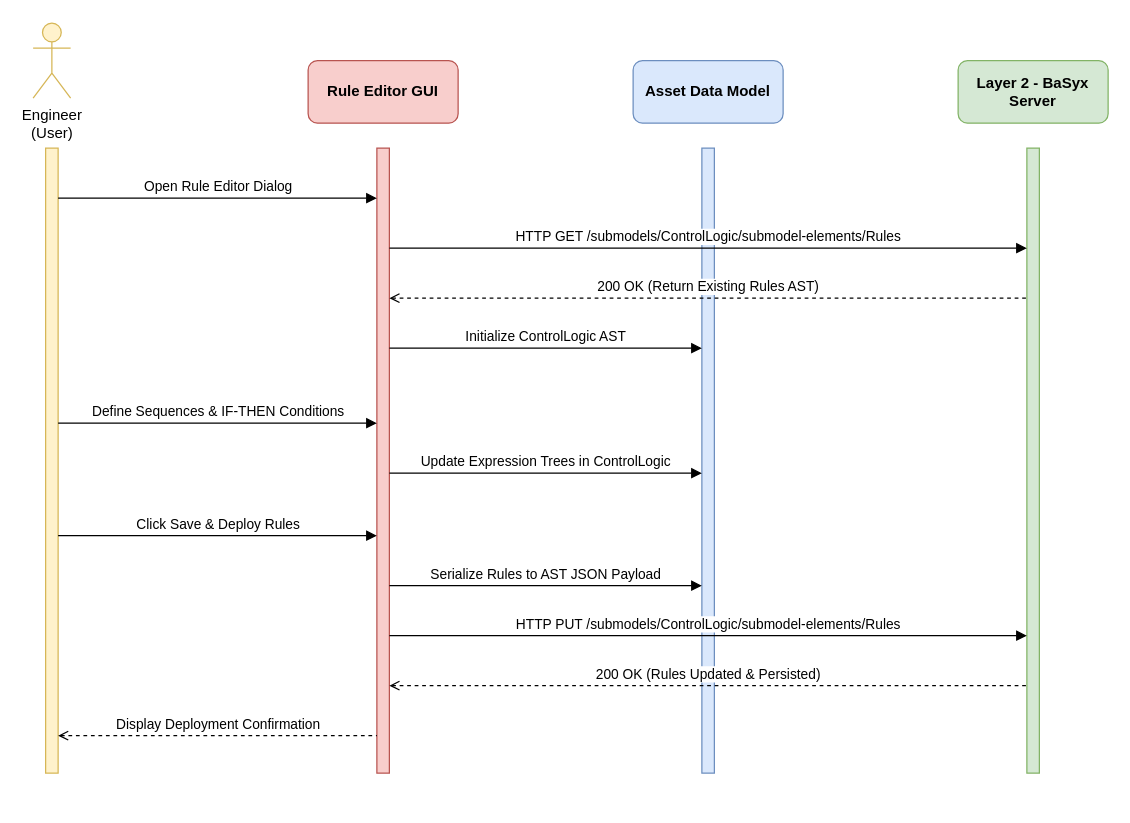
TSGouveia/Tese keeps this draw.io diagram as Documentos/drawio/sequence_rules.drawio. Above is the earlier version. Source tidied: cells renumbered, new cells numbered last; positions are measured from the earlier drawing's top-left corner, leaving out a move shared by most shapes. Both pictures are drawn from the tidied source at 125%, with x=0, y=0 at pixel (32, 22).
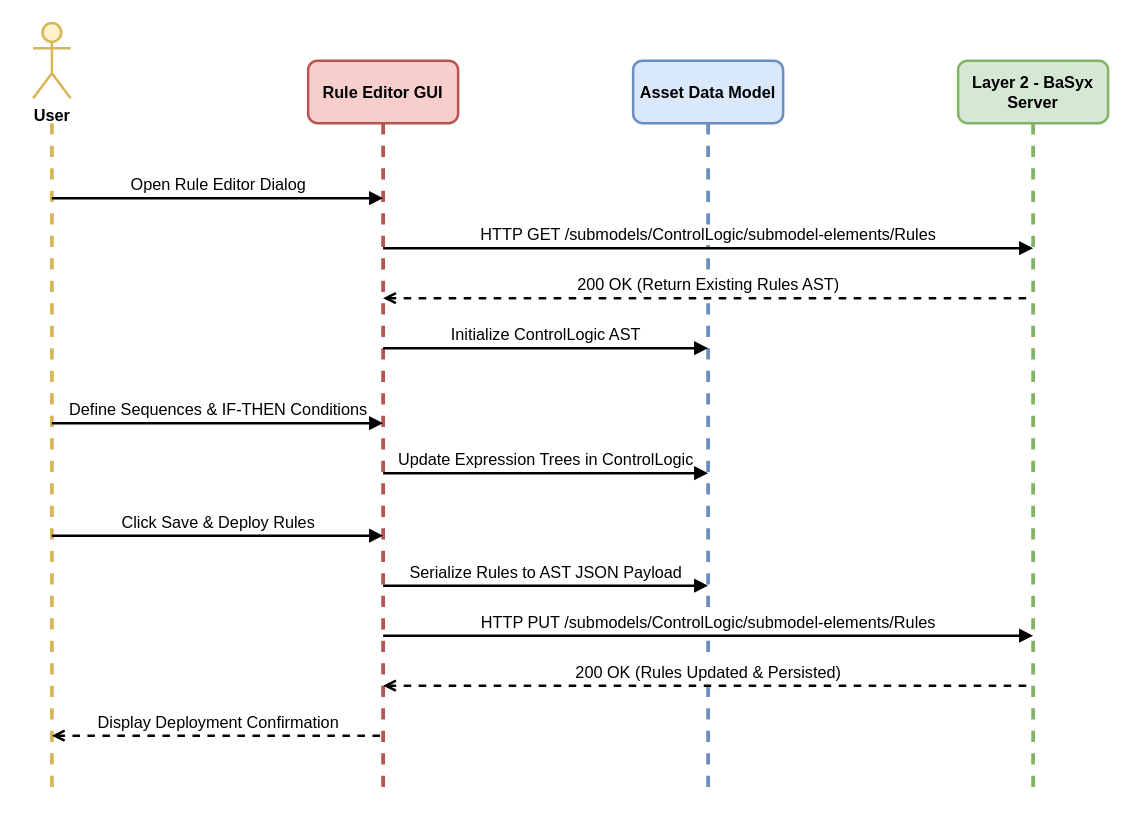
Above is the later version.

Diff of the diagram source:
```diff
@@
-    <mxCell id="2" value="Engineer&#10;(User)" style="shape=umlActor;verticalLabelPosition=bottom;verticalAlign=top;html=1;fillColor=#fff2cc;strokeColor=#d6b656;" parent="1" vertex="1">
+    <mxCell id="2" value="User" style="shape=umlActor;verticalLabelPosition=bottom;verticalAlign=top;html=1;fillColor=#fff2cc;strokeColor=#d6b656;strokeWidth=2;fontSize=13;fontStyle=1;" parent="1" vertex="1">
       <mxGeometry width="30" height="60" as="geometry" />
     </mxCell>
-    <mxCell id="3" style="html=1;perimeter=orthogonalPerimeter;targetShapes=umlLifeline;strokeColor=#d6b656;fillColor=#fff2cc;" parent="1" vertex="1">
-      <mxGeometry x="10" y="100" width="10" height="500" as="geometry" />
+    <mxCell id="3" style="endArrow=none;dashed=1;strokeColor=#d6b656;strokeWidth=3;fontSize=13;" parent="1" edge="1">
+      <mxGeometry relative="1" as="geometry">
+        <mxPoint x="15" y="80" as="sourcePoint" />
+        <mxPoint x="15" y="620" as="targetPoint" />
+      </mxGeometry>
     </mxCell>
-    <mxCell id="4" value="Rule Editor GUI" style="rounded=1;whiteSpace=wrap;html=1;fillColor=#f8cecc;strokeColor=#b85450;fontStyle=1;" parent="1" vertex="1">
+    <mxCell id="4" value="Rule Editor GUI" style="rounded=1;whiteSpace=wrap;html=1;fillColor=#f8cecc;strokeColor=#b85450;fontStyle=1;strokeWidth=2;fontSize=13;" parent="1" vertex="1">
       <mxGeometry x="220" y="30" width="120" height="50" as="geometry" />
     </mxCell>
-    <mxCell id="5" style="html=1;perimeter=orthogonalPerimeter;targetShapes=umlLifeline;strokeColor=#b85450;fillColor=#f8cecc;" parent="1" vertex="1">
-      <mxGeometry x="275" y="100" width="10" height="500" as="geometry" />
+    <mxCell id="5" style="endArrow=none;dashed=1;strokeColor=#b85450;strokeWidth=3;fontSize=13;" parent="1" edge="1">
+      <mxGeometry relative="1" as="geometry">
+        <mxPoint x="280" y="80" as="sourcePoint" />
+        <mxPoint x="280" y="620" as="targetPoint" />
+      </mxGeometry>
     </mxCell>
-    <mxCell id="6" value="Asset Data Model" style="rounded=1;whiteSpace=wrap;html=1;fillColor=#dae8fc;strokeColor=#6c8ebf;fontStyle=1;" parent="1" vertex="1">
+    <mxCell id="6" value="Asset Data Model" style="rounded=1;whiteSpace=wrap;html=1;fillColor=#dae8fc;strokeColor=#6c8ebf;fontStyle=1;strokeWidth=2;fontSize=13;" parent="1" vertex="1">
       <mxGeometry x="480" y="30" width="120" height="50" as="geometry" />
     </mxCell>
-    <mxCell id="7" style="html=1;perimeter=orthogonalPerimeter;targetShapes=umlLifeline;strokeColor=#6c8ebf;fillColor=#dae8fc;" parent="1" vertex="1">
-      <mxGeometry x="535" y="100" width="10" height="500" as="geometry" />
+    <mxCell id="7" style="endArrow=none;dashed=1;strokeColor=#6c8ebf;strokeWidth=3;fontSize=13;" parent="1" edge="1">
+      <mxGeometry relative="1" as="geometry">
+        <mxPoint x="540" y="80" as="sourcePoint" />
+        <mxPoint x="540" y="620" as="targetPoint" />
+      </mxGeometry>
     </mxCell>
-    <mxCell id="8" value="Layer 2 - BaSyx&#10;Server" style="rounded=1;whiteSpace=wrap;html=1;fillColor=#d5e8d4;strokeColor=#82b366;fontStyle=1;" parent="1" vertex="1">
+    <mxCell id="8" value="Layer 2 - BaSyx&#10;Server" style="rounded=1;whiteSpace=wrap;html=1;fillColor=#d5e8d4;strokeColor=#82b366;fontStyle=1;strokeWidth=2;fontSize=13;" parent="1" vertex="1">
       <mxGeometry x="740" y="30" width="120" height="50" as="geometry" />
     </mxCell>
-    <mxCell id="9" style="html=1;perimeter=orthogonalPerimeter;targetShapes=umlLifeline;strokeColor=#82b366;fillColor=#d5e8d4;" parent="1" vertex="1">
-      <mxGeometry x="795" y="100" width="10" height="500" as="geometry" />
+    <mxCell id="9" style="endArrow=none;dashed=1;strokeColor=#82b366;strokeWidth=3;fontSize=13;" parent="1" edge="1">
+      <mxGeometry relative="1" as="geometry">
+        <mxPoint x="800" y="80" as="sourcePoint" />
+        <mxPoint x="800" y="620" as="targetPoint" />
+      </mxGeometry>
     </mxCell>
-    <mxCell id="10" value="Open Rule Editor Dialog" style="html=1;verticalAlign=bottom;endArrow=block;edgeStyle=elbowEdgeStyle;elbow=vertical;rounded=0;" parent="1" edge="1">
+    <mxCell id="10" value="Open Rule Editor Dialog" style="html=1;verticalAlign=bottom;endArrow=block;edgeStyle=elbowEdgeStyle;elbow=vertical;rounded=0;strokeWidth=2;fontSize=13;" parent="1" edge="1">
       <mxGeometry relative="1" as="geometry">
-        <mxPoint x="20" y="140" as="sourcePoint" />
-        <mxPoint x="275" y="140" as="targetPoint" />
+        <mxPoint x="15" y="140" as="sourcePoint" />
+        <mxPoint x="280" y="140" as="targetPoint" />
         <Array as="points">
           <mxPoint x="140" y="140" />
         </Array>
       </mxGeometry>
     </mxCell>
-    <mxCell id="11" value="HTTP GET /submodels/ControlLogic/submodel-elements/Rules" style="html=1;verticalAlign=bottom;endArrow=block;edgeStyle=elbowEdgeStyle;elbow=vertical;rounded=0;" parent="1" edge="1">
+    <mxCell id="11" value="HTTP GET /submodels/ControlLogic/submodel-elements/Rules" style="html=1;verticalAlign=bottom;endArrow=block;edgeStyle=elbowEdgeStyle;elbow=vertical;rounded=0;strokeWidth=2;fontSize=13;" parent="1" edge="1">
       <mxGeometry relative="1" as="geometry">
-        <mxPoint x="285" y="180" as="sourcePoint" />
-        <mxPoint x="795" y="180" as="targetPoint" />
+        <mxPoint x="280" y="180" as="sourcePoint" />
+        <mxPoint x="800" y="180" as="targetPoint" />
         <Array as="points">
           <mxPoint x="535" y="180" />
         </Array>
       </mxGeometry>
     </mxCell>
-    <mxCell id="12" value="200 OK (Return Existing Rules AST)" style="html=1;verticalAlign=bottom;endArrow=none;edgeStyle=elbowEdgeStyle;elbow=vertical;rounded=0;startArrow=open;startFill=0;endFill=0;dashed=1;" parent="1" edge="1">
+    <mxCell id="12" value="200 OK (Return Existing Rules AST)" style="html=1;verticalAlign=bottom;endArrow=none;edgeStyle=elbowEdgeStyle;elbow=vertical;rounded=0;startArrow=open;startFill=0;endFill=0;dashed=1;strokeWidth=2;fontSize=13;" parent="1" edge="1">
       <mxGeometry relative="1" as="geometry">
-        <mxPoint x="285" y="220" as="sourcePoint" />
-        <mxPoint x="795" y="220" as="targetPoint" />
+        <mxPoint x="280" y="220" as="sourcePoint" />
+        <mxPoint x="800" y="220" as="targetPoint" />
         <Array as="points">
           <mxPoint x="535" y="220" />
         </Array>
       </mxGeometry>
     </mxCell>
-    <mxCell id="13" value="Initialize ControlLogic AST" style="html=1;verticalAlign=bottom;endArrow=block;edgeStyle=elbowEdgeStyle;elbow=vertical;rounded=0;" parent="1" edge="1">
+    <mxCell id="13" value="Initialize ControlLogic AST" style="html=1;verticalAlign=bottom;endArrow=block;edgeStyle=elbowEdgeStyle;elbow=vertical;rounded=0;strokeWidth=2;fontSize=13;" parent="1" edge="1">
       <mxGeometry relative="1" as="geometry">
-        <mxPoint x="285" y="260" as="sourcePoint" />
-        <mxPoint x="535" y="260" as="targetPoint" />
+        <mxPoint x="280" y="260" as="sourcePoint" />
+        <mxPoint x="540" y="260" as="targetPoint" />
         <Array as="points">
           <mxPoint x="405" y="260" />
         </Array>
       </mxGeometry>
     </mxCell>
-    <mxCell id="14" value="Define Sequences &amp; IF-THEN Conditions" style="html=1;verticalAlign=bottom;endArrow=block;edgeStyle=elbowEdgeStyle;elbow=vertical;rounded=0;" parent="1" edge="1">
+    <mxCell id="14" value="Define Sequences &amp; IF-THEN Conditions" style="html=1;verticalAlign=bottom;endArrow=block;edgeStyle=elbowEdgeStyle;elbow=vertical;rounded=0;strokeWidth=2;fontSize=13;" parent="1" edge="1">
       <mxGeometry relative="1" as="geometry">
-        <mxPoint x="20" y="320" as="sourcePoint" />
-        <mxPoint x="275" y="320" as="targetPoint" />
+        <mxPoint x="15" y="320" as="sourcePoint" />
+        <mxPoint x="280" y="320" as="targetPoint" />
         <Array as="points">
           <mxPoint x="140" y="320" />
         </Array>
       </mxGeometry>
     </mxCell>
-    <mxCell id="15" value="Update Expression Trees in ControlLogic" style="html=1;verticalAlign=bottom;endArrow=block;edgeStyle=elbowEdgeStyle;elbow=vertical;rounded=0;" parent="1" edge="1">
+    <mxCell id="15" value="Update Expression Trees in ControlLogic" style="html=1;verticalAlign=bottom;endArrow=block;edgeStyle=elbowEdgeStyle;elbow=vertical;rounded=0;strokeWidth=2;fontSize=13;" parent="1" edge="1">
       <mxGeometry relative="1" as="geometry">
-        <mxPoint x="285" y="360" as="sourcePoint" />
-        <mxPoint x="535" y="360" as="targetPoint" />
+        <mxPoint x="280" y="360" as="sourcePoint" />
+        <mxPoint x="540" y="360" as="targetPoint" />
         <Array as="points">
           <mxPoint x="405" y="360" />
         </Array>
       </mxGeometry>
     </mxCell>
-    <mxCell id="16" value="Click Save &amp; Deploy Rules" style="html=1;verticalAlign=bottom;endArrow=block;edgeStyle=elbowEdgeStyle;elbow=vertical;rounded=0;" parent="1" edge="1">
+    <mxCell id="16" value="Click Save &amp; Deploy Rules" style="html=1;verticalAlign=bottom;endArrow=block;edgeStyle=elbowEdgeStyle;elbow=vertical;rounded=0;strokeWidth=2;fontSize=13;" parent="1" edge="1">
       <mxGeometry relative="1" as="geometry">
-        <mxPoint x="20" y="410" as="sourcePoint" />
-        <mxPoint x="275" y="410" as="targetPoint" />
+        <mxPoint x="15" y="410" as="sourcePoint" />
+        <mxPoint x="280" y="410" as="targetPoint" />
         <Array as="points">
           <mxPoint x="140" y="410" />
         </Array>
       </mxGeometry>
     </mxCell>
-    <mxCell id="17" value="Serialize Rules to AST JSON Payload" style="html=1;verticalAlign=bottom;endArrow=block;edgeStyle=elbowEdgeStyle;elbow=vertical;rounded=0;" parent="1" edge="1">
+    <mxCell id="17" value="Serialize Rules to AST JSON Payload" style="html=1;verticalAlign=bottom;endArrow=block;edgeStyle=elbowEdgeStyle;elbow=vertical;rounded=0;strokeWidth=2;fontSize=13;" parent="1" edge="1">
       <mxGeometry relative="1" as="geometry">
-        <mxPoint x="285" y="450" as="sourcePoint" />
-        <mxPoint x="535" y="450" as="targetPoint" />
+        <mxPoint x="280" y="450" as="sourcePoint" />
+        <mxPoint x="540" y="450" as="targetPoint" />
         <Array as="points">
           <mxPoint x="405" y="450" />
         </Array>
       </mxGeometry>
     </mxCell>
-    <mxCell id="18" value="HTTP PUT /submodels/ControlLogic/submodel-elements/Rules" style="html=1;verticalAlign=bottom;endArrow=block;edgeStyle=elbowEdgeStyle;elbow=vertical;rounded=0;" parent="1" edge="1">
+    <mxCell id="18" value="HTTP PUT /submodels/ControlLogic/submodel-elements/Rules" style="html=1;verticalAlign=bottom;endArrow=block;edgeStyle=elbowEdgeStyle;elbow=vertical;rounded=0;strokeWidth=2;fontSize=13;" parent="1" edge="1">
       <mxGeometry relative="1" as="geometry">
-        <mxPoint x="285" y="490" as="sourcePoint" />
-        <mxPoint x="795" y="490" as="targetPoint" />
+        <mxPoint x="280" y="490" as="sourcePoint" />
+        <mxPoint x="800" y="490" as="targetPoint" />
         <Array as="points">
           <mxPoint x="535" y="490" />
         </Array>
       </mxGeometry>
     </mxCell>
-    <mxCell id="19" value="200 OK (Rules Updated &amp; Persisted)" style="html=1;verticalAlign=bottom;endArrow=none;edgeStyle=elbowEdgeStyle;elbow=vertical;rounded=0;startArrow=open;startFill=0;endFill=0;dashed=1;" parent="1" edge="1">
+    <mxCell id="19" value="200 OK (Rules Updated &amp; Persisted)" style="html=1;verticalAlign=bottom;endArrow=none;edgeStyle=elbowEdgeStyle;elbow=vertical;rounded=0;startArrow=open;startFill=0;endFill=0;dashed=1;strokeWidth=2;fontSize=13;" parent="1" edge="1">
       <mxGeometry relative="1" as="geometry">
-        <mxPoint x="285" y="530" as="sourcePoint" />
-        <mxPoint x="795" y="530" as="targetPoint" />
+        <mxPoint x="280" y="530" as="sourcePoint" />
+        <mxPoint x="800" y="530" as="targetPoint" />
         <Array as="points">
           <mxPoint x="535" y="530" />
         </Array>
       </mxGeometry>
     </mxCell>
-    <mxCell id="20" value="Display Deployment Confirmation" style="html=1;verticalAlign=bottom;endArrow=none;edgeStyle=elbowEdgeStyle;elbow=vertical;rounded=0;endFill=0;startArrow=open;startFill=0;dashed=1;" parent="1" edge="1">
+    <mxCell id="20" value="Display Deployment Confirmation" style="html=1;verticalAlign=bottom;endArrow=none;edgeStyle=elbowEdgeStyle;elbow=vertical;rounded=0;endFill=0;startArrow=open;startFill=0;dashed=1;strokeWidth=2;fontSize=13;" parent="1" edge="1">
       <mxGeometry relative="1" as="geometry">
-        <mxPoint x="20" y="570" as="sourcePoint" />
-        <mxPoint x="275" y="570" as="targetPoint" />
+        <mxPoint x="15" y="570" as="sourcePoint" />
+        <mxPoint x="280" y="570" as="targetPoint" />
         <Array as="points">
           <mxPoint x="140" y="570" />
         </Array>
       </mxGeometry>
     </mxCell>
```
